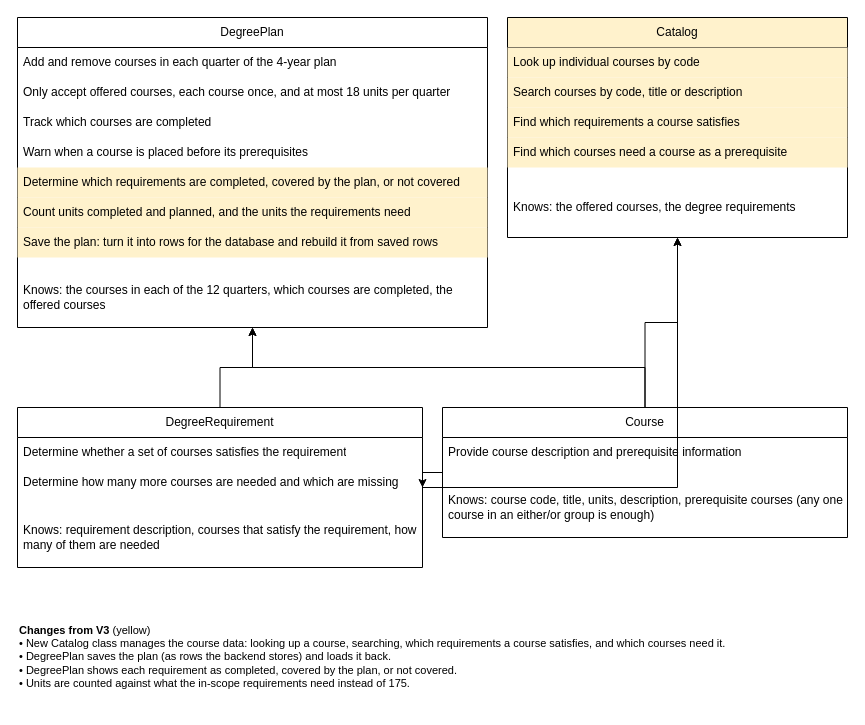
Before: docs/crc-diagram-v4.drawio in Keaanm/csci187-degree-planner, a draw.io diagram. Source tidied: cells renumbered, new cells numbered last; positions are measured from the earlier drawing's top-left corner, leaving out a move shared by most shapes. Both pictures are drawn from the tidied source at 100%, with x=0, y=0 at pixel (17, 17).
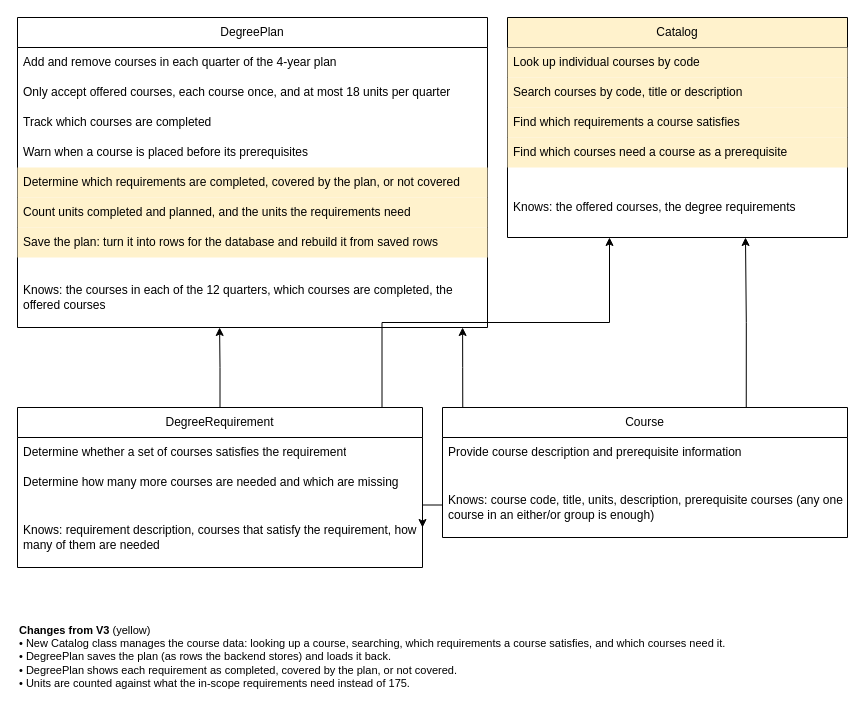
The same page after the edit.

Commit message:
Route the CRC V4 arrows so they don't overlap

Unchanged cells that the change refers to:
```xml
<mxCell id="2" value="DegreePlan" style="swimlane;fontStyle=0;horizontal=1;startSize=30;whiteSpace=wrap;html=1;" parent="1" vertex="1">
  <mxGeometry width="470" height="310" as="geometry" />
</mxCell>
<mxCell id="12" value="Catalog" style="swimlane;fontStyle=0;horizontal=1;startSize=30;whiteSpace=wrap;html=1;fillColor=#fff2cc;" parent="1" vertex="1">
  <mxGeometry x="490" width="340" height="220" as="geometry" />
</mxCell>
<mxCell id="19" value="DegreeRequirement" style="swimlane;fontStyle=0;horizontal=1;startSize=30;whiteSpace=wrap;html=1;" parent="1" vertex="1">
  <mxGeometry y="390" width="405" height="160" as="geometry" />
</mxCell>
<mxCell id="24" value="Course" style="swimlane;fontStyle=0;horizontal=1;startSize=30;whiteSpace=wrap;html=1;" parent="1" vertex="1">
  <mxGeometry x="425" y="390" width="405" height="130" as="geometry" />
</mxCell>
```

The edit, as a diff of the source:
```diff
@@
-    <mxCell id="28" style="edgeStyle=orthogonalEdgeStyle;rounded=0;jettySize=auto;html=1;" parent="1" edge="1" source="19" target="2">
+    <mxCell id="28" style="edgeStyle=orthogonalEdgeStyle;rounded=0;jettySize=auto;html=1;exitX=0.5;exitY=0;exitDx=0;exitDy=0;entryX=0.43;entryY=1;entryDx=0;entryDy=0;" parent="1" edge="1" source="19" target="2">
       <mxGeometry relative="1" as="geometry" />
     </mxCell>
-    <mxCell id="29" style="edgeStyle=orthogonalEdgeStyle;rounded=0;jettySize=auto;html=1;" parent="1" edge="1" source="24" target="2">
+    <mxCell id="29" style="edgeStyle=orthogonalEdgeStyle;rounded=0;jettySize=auto;html=1;exitX=0.05;exitY=0;exitDx=0;exitDy=0;entryX=0.947;entryY=1;entryDx=0;entryDy=0;" parent="1" edge="1" source="24" target="2">
       <mxGeometry relative="1" as="geometry" />
     </mxCell>
-    <mxCell id="30" style="edgeStyle=orthogonalEdgeStyle;rounded=0;jettySize=auto;html=1;" parent="1" edge="1" source="24" target="19">
+    <mxCell id="30" style="edgeStyle=orthogonalEdgeStyle;rounded=0;jettySize=auto;html=1;exitX=0;exitY=0.75;exitDx=0;exitDy=0;entryX=1;entryY=0.75;entryDx=0;entryDy=0;" parent="1" edge="1" source="24" target="19">
       <mxGeometry relative="1" as="geometry" />
     </mxCell>
-    <mxCell id="31" style="edgeStyle=orthogonalEdgeStyle;rounded=0;jettySize=auto;html=1;" parent="1" edge="1" source="19" target="12">
+    <mxCell id="31" style="edgeStyle=orthogonalEdgeStyle;rounded=0;jettySize=auto;html=1;exitX=0.9;exitY=0;exitDx=0;exitDy=0;entryX=0.3;entryY=1;entryDx=0;entryDy=0;" parent="1" edge="1" source="19" target="12">
       <mxGeometry relative="1" as="geometry" />
     </mxCell>
-    <mxCell id="32" style="edgeStyle=orthogonalEdgeStyle;rounded=0;jettySize=auto;html=1;" parent="1" edge="1" source="24" target="12">
+    <mxCell id="32" style="edgeStyle=orthogonalEdgeStyle;rounded=0;jettySize=auto;html=1;exitX=0.75;exitY=0;exitDx=0;exitDy=0;entryX=0.7;entryY=1;entryDx=0;entryDy=0;" parent="1" edge="1" source="24" target="12">
       <mxGeometry relative="1" as="geometry" />
     </mxCell>
```
